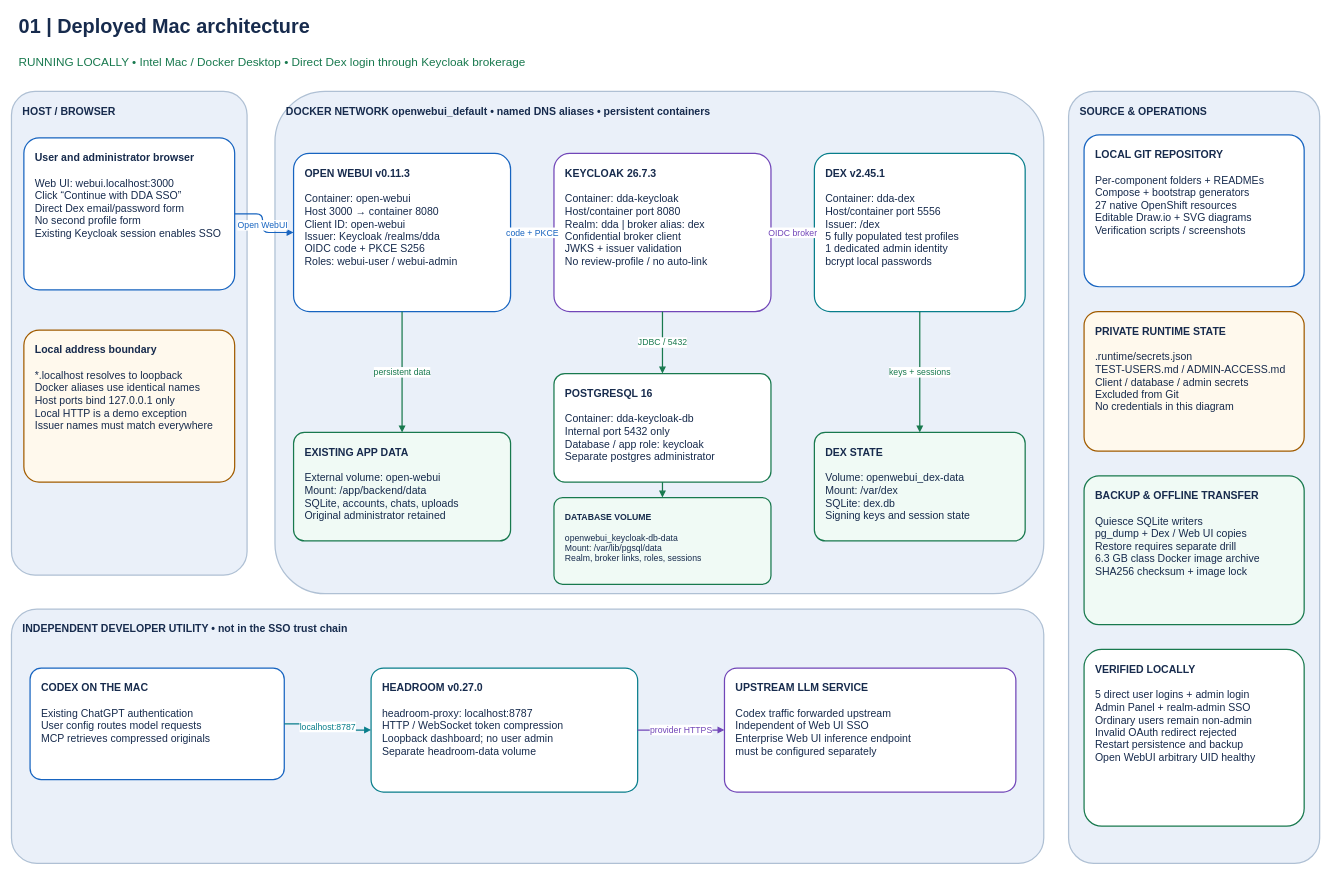
Above: page "01 | Deployed Mac architecture" (1 of 4) of architecture/dda-sso-architecture.drawio in degalasudheer2727/dda-sso-platform (draw.io), before the change. Source tidied: cells renumbered, new cells numbered last; positions are measured from the earlier drawing's top-left corner, leaving out a move shared by most shapes. Both pictures are drawn from the tidied source at 62%, with x=0, y=0 at pixel (11, 11).
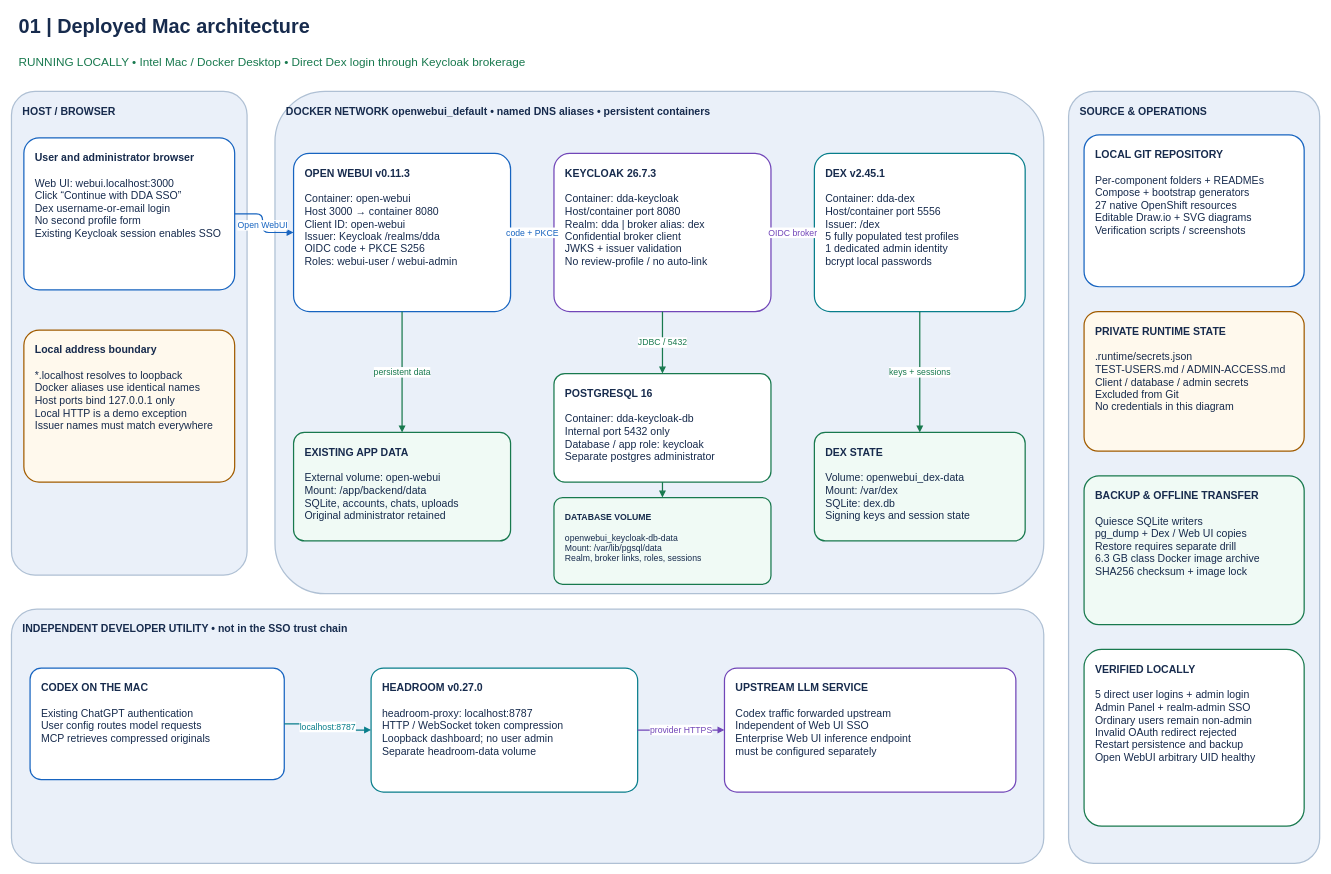
Above is the later version.

Diff of the diagram source:
```diff
@@
-    <mxCell id="7" value="&lt;b&gt;User and administrator browser&lt;/b&gt;&lt;br&gt;&lt;br&gt;Web UI: webui.localhost:3000&lt;br&gt;Click “Continue with DDA SSO”&lt;br&gt;Direct Dex email/password form&lt;br&gt;No second profile form&lt;br&gt;Existing Keycloak session enables SSO" style="rounded=1;arcSize=10;html=1;whiteSpace=wrap;align=left;verticalAlign=top;spacing=18;fillColor=#FFFFFF;strokeColor=#1764C0;strokeWidth=2;fontFamily=Helvetica;fontSize=17;fontColor=#172B4D;" parent="1" vertex="1">
+    <mxCell id="7" value="&lt;b&gt;User and administrator browser&lt;/b&gt;&lt;br&gt;&lt;br&gt;Web UI: webui.localhost:3000&lt;br&gt;Click “Continue with DDA SSO”&lt;br&gt;Dex username-or-email login&lt;br&gt;No second profile form&lt;br&gt;Existing Keycloak session enables SSO" style="rounded=1;arcSize=10;html=1;whiteSpace=wrap;align=left;verticalAlign=top;spacing=18;fillColor=#FFFFFF;strokeColor=#1764C0;strokeWidth=2;fontFamily=Helvetica;fontSize=17;fontColor=#172B4D;" parent="1" vertex="1">
       <mxGeometry x="20" y="205" width="340" height="245" as="geometry" />
     </mxCell>
```
